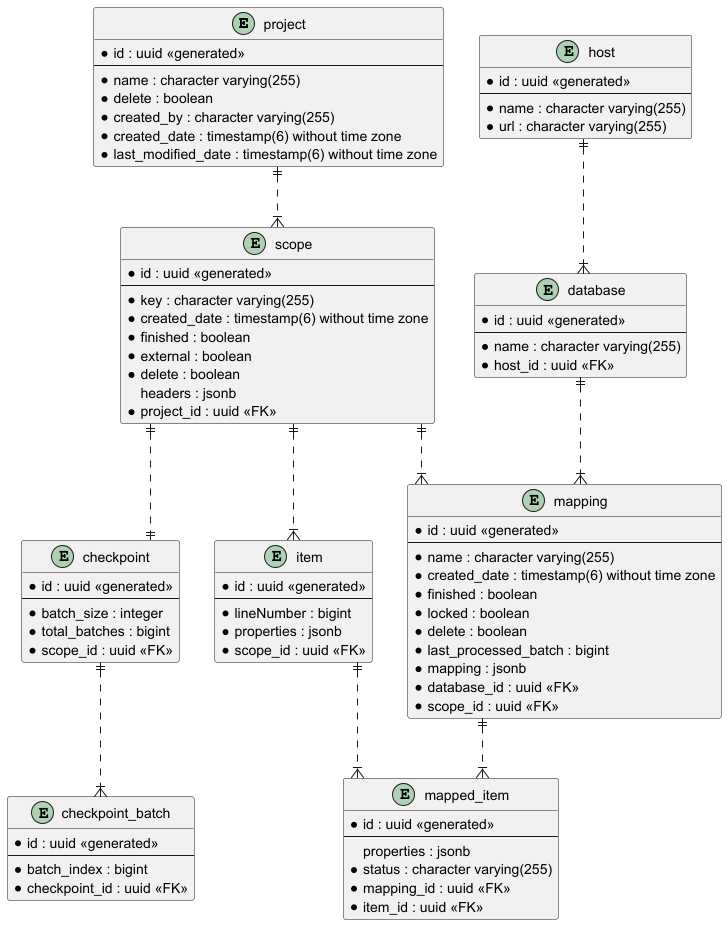
TuncerCatalkaya/data-migration keeps this PlantUML diagram as data-migration-documentation/src/main/images/databaseModel.png. Above is the earlier version.
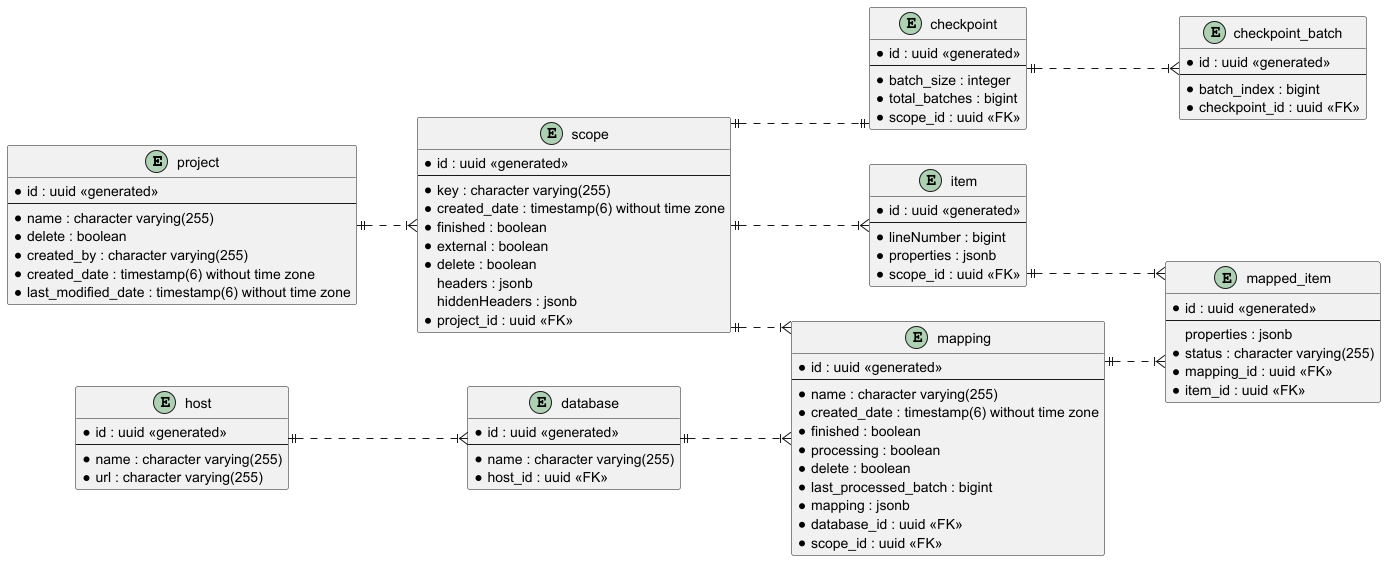
Later version of the same file.

Change to the diagram source:
```diff
@@ -1,5 +1,6 @@
 @startuml
 skinparam linetype ortho
+left to right direction
 
 entity project {
     * id : uuid <<generated>>
@@ -20,6 +21,7 @@
     * external : boolean
     * delete : boolean
     headers : jsonb
+    hiddenHeaders : jsonb
     * project_id : uuid <<FK>>
 }
 
@@ -59,7 +61,7 @@
     * name : character varying(255)
     * created_date : timestamp(6) without time zone
     * finished : boolean
-    * locked : boolean
+    * processing : boolean
     * delete : boolean
     * last_processed_batch : bigint
     * mapping : jsonb
```
